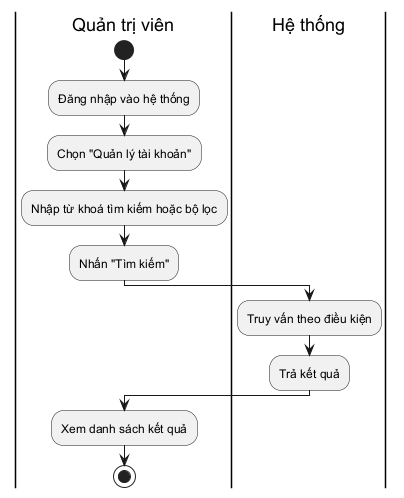
copecute/do-an-tot-nghiep keeps this PlantUML diagram as Documents/draw/hoat-dong/Quan-ly-tai-khoan/tim-kiem.png. Above is the earlier version.
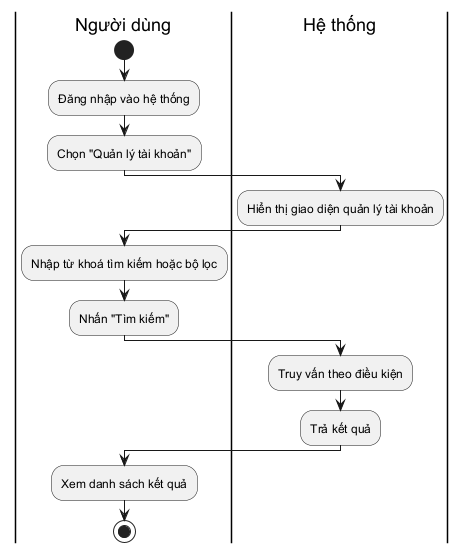
The same file after the commit.

Diff of the diagram source:
```diff
@@ -1,8 +1,11 @@
 @startuml
-|Quản trị viên|
+|Người dùng|
 start
 :Đăng nhập vào hệ thống;
 :Chọn "Quản lý tài khoản";
+|Hệ thống|
+:Hiển thị giao diện quản lý tài khoản;
+|Người dùng|
 :Nhập từ khoá tìm kiếm hoặc bộ lọc;
 :Nhấn "Tìm kiếm";
 
@@ -10,7 +13,7 @@
 :Truy vấn theo điều kiện;
 :Trả kết quả;
 
-|Quản trị viên|
+|Người dùng|
 :Xem danh sách kết quả;
 
 stop
```
